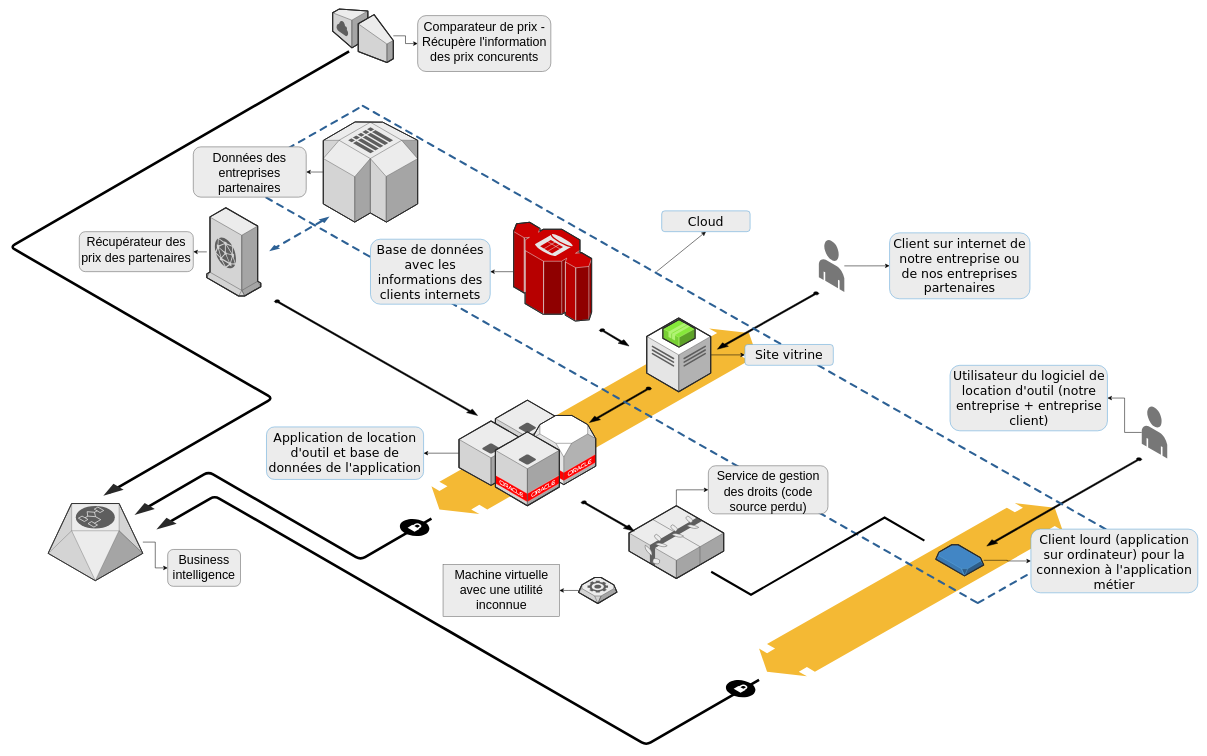
Earlier version of the draw.io diagram StockingDraws/Organigramme.drawio (Windryuu/DrawIoRepo). Source tidied: cells renumbered, new cells numbered last; positions are measured from the earlier drawing's top-left corner, leaving out a move shared by most shapes. Both pictures are drawn from the tidied source at 52%, with x=0, y=0 at pixel (48, 9).
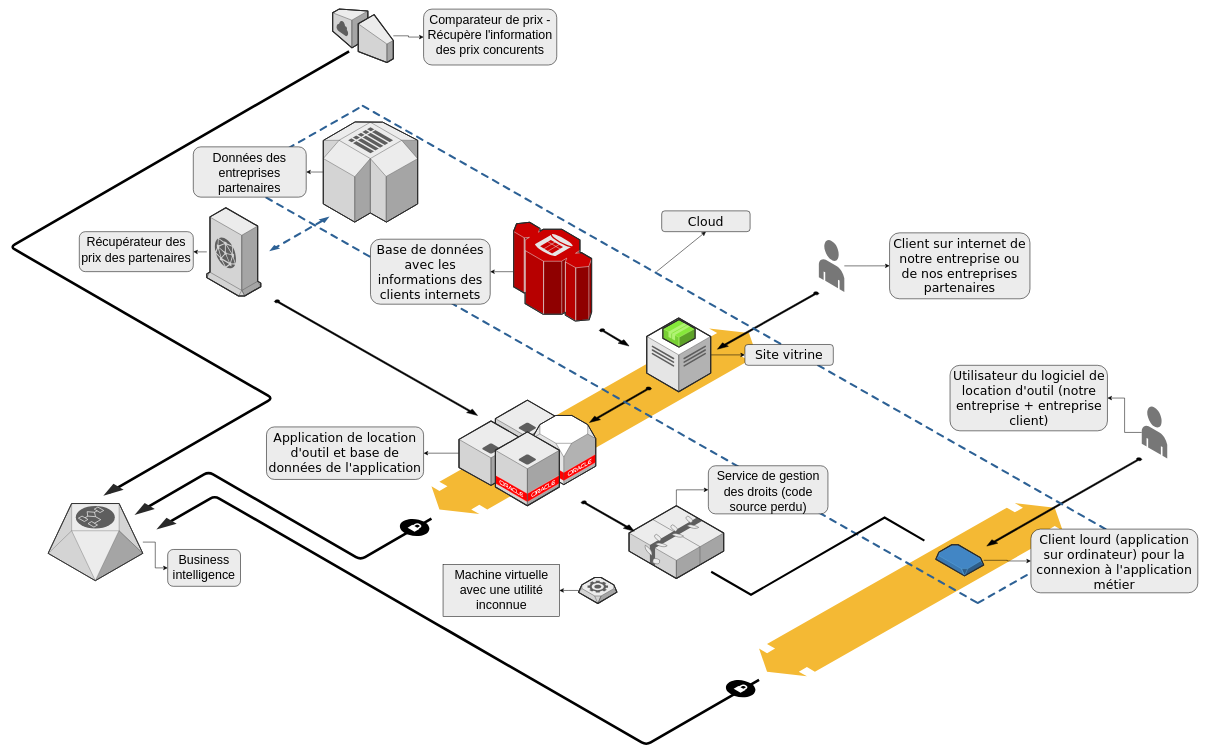
The same page after the edit.

Commit message (it also covers changes not shown here):
Mettre à jour Organigramme.drawio

Change to the diagram source:
```diff
@@
-    <mxCell id="52" value="&lt;font style=&quot;font-size: 24px;&quot;&gt;Comparateur de prix - Récupère l'information des prix concurents&lt;/font&gt;" style="whiteSpace=wrap;html=1;verticalAlign=top;fillColor=#ECECEC;strokeColor=#5E5E5E;strokeWidth=1;dashed=0;rounded=1;shadow=0;comic=0;" parent="1" vertex="1">
-      <mxGeometry x="710.7" y="12.5" width="256.1" height="107.5" as="geometry" />
+    <mxCell id="52" value="&lt;font style=&quot;font-size: 24px;&quot;&gt;Comparateur de prix - Récupère l'information des prix concurents&lt;/font&gt;" style="whiteSpace=wrap;html=1;verticalAlign=top;fillColor=#ECECEC;strokeColor=#000000;strokeWidth=1;dashed=0;rounded=1;shadow=0;comic=0;" parent="1" vertex="1">
+      <mxGeometry x="722.1" width="256.1" height="107.5" as="geometry" />
     </mxCell>
-    <mxCell id="53" value="&lt;font style=&quot;font-size: 24px;&quot;&gt;Machine virtuelle avec une utilité inconnue&lt;/font&gt;" style="whiteSpace=wrap;html=1;verticalAlign=top;fillColor=#ECECEC;strokeColor=#5E5E5E;strokeWidth=1;dashed=0;" parent="1" vertex="1">
+    <mxCell id="53" value="&lt;font style=&quot;font-size: 24px;&quot;&gt;Machine virtuelle avec une utilité inconnue&lt;/font&gt;" style="whiteSpace=wrap;html=1;verticalAlign=top;fillColor=#ECECEC;strokeColor=#000000;strokeWidth=1;dashed=0;" parent="1" vertex="1">
       <mxGeometry x="759.5" y="1068.2" width="223.7" height="99.5" as="geometry" />
     </mxCell>
-    <mxCell id="54" value="&lt;font style=&quot;font-size: 24px;&quot;&gt;Service de gestion des droits (code source perdu)&lt;/font&gt;" style="whiteSpace=wrap;html=1;verticalAlign=top;fillColor=#ECECEC;strokeColor=#5E5E5E;strokeWidth=1;dashed=0;rounded=1;shadow=0;comic=0;" parent="1" vertex="1">
+    <mxCell id="54" value="&lt;font style=&quot;font-size: 24px;&quot;&gt;Service de gestion des droits (code source perdu)&lt;/font&gt;" style="whiteSpace=wrap;html=1;verticalAlign=top;fillColor=#ECECEC;strokeColor=#000000;strokeWidth=1;dashed=0;rounded=1;shadow=0;comic=0;" parent="1" vertex="1">
       <mxGeometry x="1269.7" y="878.2" width="230" height="92.5" as="geometry" />
     </mxCell>
-    <mxCell id="55" value="&lt;font style=&quot;font-size: 24px;&quot;&gt;Client lourd (application sur ordinateur) pour la connexion à l'application métier&lt;/font&gt;" style="whiteSpace=wrap;html=1;fontFamily=Verdana;verticalAlign=top;fillColor=#ECECEC;strokeColor=#57A2D8;strokeWidth=1;dashed=0;rounded=1;shadow=0;comic=0;" parent="1" vertex="1">
+    <mxCell id="55" value="&lt;font style=&quot;font-size: 24px;&quot;&gt;Client lourd (application sur ordinateur) pour la connexion à l'application métier&lt;/font&gt;" style="whiteSpace=wrap;html=1;fontFamily=Verdana;verticalAlign=top;fillColor=#ECECEC;strokeColor=#000000;strokeWidth=1;dashed=0;rounded=1;shadow=0;comic=0;" parent="1" vertex="1">
       <mxGeometry x="1890" y="1000" width="321" height="122.5" as="geometry" />
     </mxCell>
-    <mxCell id="56" value="&lt;font style=&quot;font-size: 24px;&quot;&gt;Utilisateur du logiciel de location d'outil (notre entreprise + entreprise client)&lt;/font&gt;" style="whiteSpace=wrap;html=1;fontFamily=Verdana;verticalAlign=top;fillColor=#ECECEC;strokeColor=#57A2D8;strokeWidth=1;dashed=0;rounded=1;shadow=0;comic=0;" parent="1" vertex="1">
+    <mxCell id="56" value="&lt;font style=&quot;font-size: 24px;&quot;&gt;Utilisateur du logiciel de location d'outil (notre entreprise + entreprise client)&lt;/font&gt;" style="whiteSpace=wrap;html=1;fontFamily=Verdana;verticalAlign=top;fillColor=#ECECEC;strokeColor=#000000;strokeWidth=1;dashed=0;rounded=1;shadow=0;comic=0;" parent="1" vertex="1">
       <mxGeometry x="1734.5" y="685" width="302.7" height="126" as="geometry" />
     </mxCell>
-    <mxCell id="57" value="&lt;font style=&quot;font-size: 24px;&quot;&gt;Client sur internet de notre entreprise ou de nos entreprises partenaires&lt;/font&gt;" style="whiteSpace=wrap;html=1;fontFamily=Verdana;verticalAlign=top;fillColor=#ECECEC;strokeColor=#57A2D8;strokeWidth=1;dashed=0;rounded=1;shadow=0;comic=0;" parent="1" vertex="1">
+    <mxCell id="57" value="&lt;font style=&quot;font-size: 24px;&quot;&gt;Client sur internet de notre entreprise ou de nos entreprises partenaires&lt;/font&gt;" style="whiteSpace=wrap;html=1;fontFamily=Verdana;verticalAlign=top;fillColor=#ECECEC;strokeColor=#000000;strokeWidth=1;dashed=0;rounded=1;shadow=0;comic=0;" parent="1" vertex="1">
       <mxGeometry x="1618.2" y="430.3" width="270" height="126.8" as="geometry" />
     </mxCell>
-    <mxCell id="58" value="&lt;font style=&quot;font-size: 24px;&quot;&gt;Site vitrine&lt;/font&gt;" style="whiteSpace=wrap;html=1;fontFamily=Verdana;verticalAlign=top;fillColor=#ECECEC;strokeColor=#57A2D8;strokeWidth=1;dashed=0;rounded=1;shadow=0;comic=0;" parent="1" vertex="1">
+    <mxCell id="58" value="&lt;font style=&quot;font-size: 24px;&quot;&gt;Site vitrine&lt;/font&gt;" style="whiteSpace=wrap;html=1;fontFamily=Verdana;verticalAlign=top;fillColor=#ECECEC;strokeColor=#000000;strokeWidth=1;dashed=0;rounded=1;shadow=0;comic=0;" parent="1" vertex="1">
       <mxGeometry x="1340" y="645" width="170" height="40" as="geometry" />
     </mxCell>
-    <mxCell id="59" value="&lt;font style=&quot;font-size: 24px;&quot;&gt;Base de données avec les informations des clients internets&lt;/font&gt;" style="whiteSpace=wrap;html=1;fontFamily=Verdana;verticalAlign=top;fillColor=#ECECEC;strokeColor=#57A2D8;strokeWidth=1;dashed=0;rounded=1;shadow=0;comic=0;" parent="1" vertex="1">
+    <mxCell id="59" value="&lt;font style=&quot;font-size: 24px;&quot;&gt;Base de données avec les informations des clients internets&lt;/font&gt;" style="whiteSpace=wrap;html=1;fontFamily=Verdana;verticalAlign=top;fillColor=#ECECEC;strokeColor=#000000;strokeWidth=1;dashed=0;rounded=1;shadow=0;comic=0;" parent="1" vertex="1">
       <mxGeometry x="620" y="442.5" width="230.2" height="125" as="geometry" />
     </mxCell>
-    <mxCell id="60" value="&lt;font style=&quot;font-size: 24px;&quot;&gt;Application de location d'outil et base de données de l'application&lt;/font&gt;" style="whiteSpace=wrap;html=1;fontFamily=Verdana;verticalAlign=top;fillColor=#ECECEC;strokeColor=#57A2D8;strokeWidth=1;dashed=0;rounded=1;shadow=0;comic=0;" parent="1" vertex="1">
+    <mxCell id="60" value="&lt;font style=&quot;font-size: 24px;&quot;&gt;Application de location d'outil et base de données de l'application&lt;/font&gt;" style="whiteSpace=wrap;html=1;fontFamily=Verdana;verticalAlign=top;fillColor=#ECECEC;strokeColor=#000000;strokeWidth=1;dashed=0;rounded=1;shadow=0;comic=0;" parent="1" vertex="1">
       <mxGeometry x="420" y="803.5" width="302.1" height="101" as="geometry" />
     </mxCell>
-    <mxCell id="61" value="&lt;font style=&quot;font-size: 24px;&quot;&gt;Business intelligence&lt;/font&gt;" style="whiteSpace=wrap;html=1;verticalAlign=top;fillColor=#ECECEC;strokeColor=#5E5E5E;strokeWidth=1;dashed=0;rounded=1;shadow=0;comic=0;" parent="1" vertex="1">
+    <mxCell id="61" value="&lt;font style=&quot;font-size: 24px;&quot;&gt;Business intelligence&lt;/font&gt;" style="whiteSpace=wrap;html=1;verticalAlign=top;fillColor=#ECECEC;strokeColor=#000000;strokeWidth=1;dashed=0;rounded=1;shadow=0;comic=0;" parent="1" vertex="1">
       <mxGeometry x="230" y="1039.2" width="140" height="70.8" as="geometry" />
     </mxCell>
-    <mxCell id="62" value="&lt;font style=&quot;font-size: 24px;&quot;&gt;Récupérateur des prix des partenaires&lt;/font&gt;" style="whiteSpace=wrap;html=1;verticalAlign=top;fillColor=#ECECEC;strokeColor=#5E5E5E;strokeWidth=1;dashed=0;rounded=1;shadow=0;comic=0;" parent="1" vertex="1">
+    <mxCell id="62" value="&lt;font style=&quot;font-size: 24px;&quot;&gt;Récupérateur des prix des partenaires&lt;/font&gt;" style="whiteSpace=wrap;html=1;verticalAlign=top;fillColor=#ECECEC;strokeColor=#000000;strokeWidth=1;dashed=0;rounded=1;shadow=0;comic=0;" parent="1" vertex="1">
       <mxGeometry x="60" y="428" width="219.2" height="76.9" as="geometry" />
     </mxCell>
-    <mxCell id="63" value="&lt;font style=&quot;font-size: 24px;&quot;&gt;Données des entreprises partenaires&lt;/font&gt;" style="whiteSpace=wrap;html=1;verticalAlign=top;fillColor=#ECECEC;strokeColor=#5E5E5E;strokeWidth=1;dashed=0;rounded=1;shadow=0;comic=0;" parent="1" vertex="1">
+    <mxCell id="63" value="&lt;font style=&quot;font-size: 24px;&quot;&gt;Données des entreprises partenaires&lt;/font&gt;" style="whiteSpace=wrap;html=1;verticalAlign=top;fillColor=#ECECEC;strokeColor=#000000;strokeWidth=1;dashed=0;rounded=1;shadow=0;comic=0;" parent="1" vertex="1">
       <mxGeometry x="279.2" y="264.9" width="217.2" height="96.7" as="geometry" />
     </mxCell>
@@
-    <mxCell id="65" value="&lt;font style=&quot;font-size: 24px;&quot;&gt;Cloud&lt;/font&gt;" style="whiteSpace=wrap;html=1;fontFamily=Verdana;verticalAlign=top;fillColor=#ECECEC;strokeColor=#57A2D8;strokeWidth=1;dashed=0;rounded=1;shadow=0;comic=0;" parent="1" vertex="1">
+    <mxCell id="65" value="&lt;font style=&quot;font-size: 24px;&quot;&gt;Cloud&lt;/font&gt;" style="whiteSpace=wrap;html=1;fontFamily=Verdana;verticalAlign=top;fillColor=#ECECEC;strokeColor=#000000;strokeWidth=1;dashed=0;rounded=1;shadow=0;comic=0;" parent="1" vertex="1">
       <mxGeometry x="1180" y="388" width="170" height="40" as="geometry" />
     </mxCell>
```
